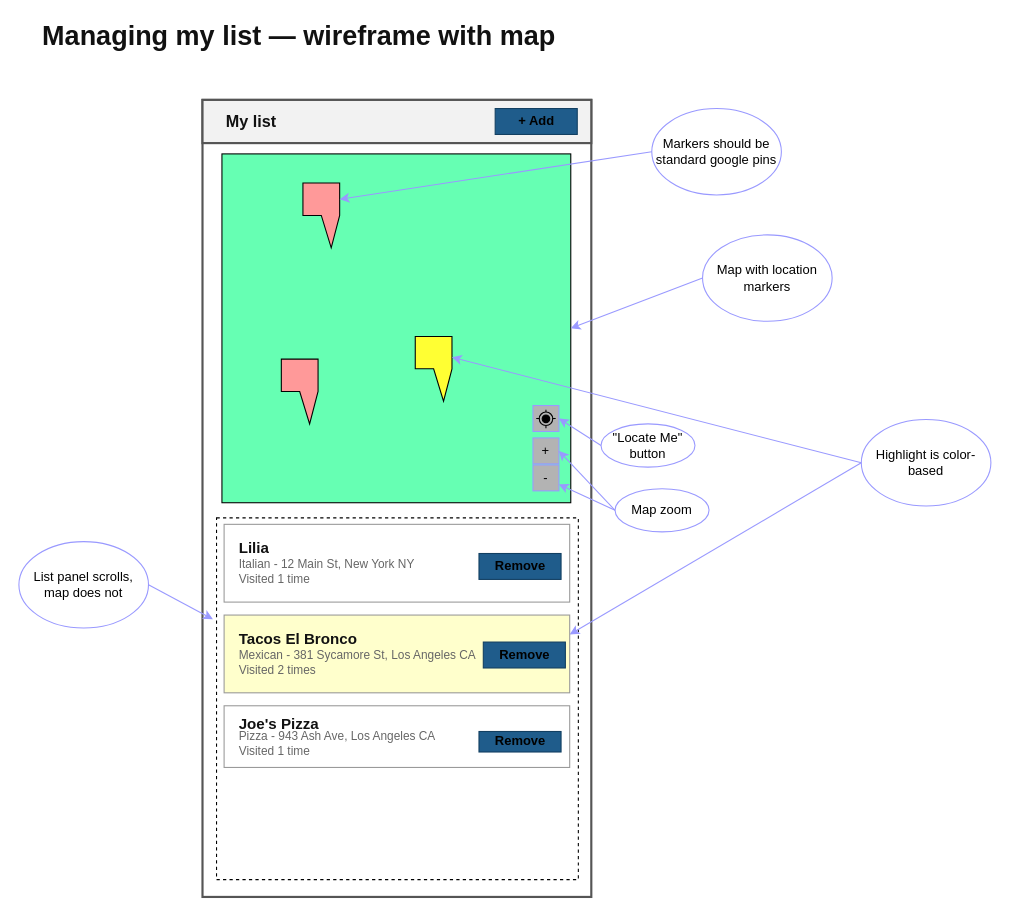
Before: docs/features/0004_seeing-my-list-on-a-map/seeing-my-list-on-a-map.drawio in arches/shortlist, a draw.io diagram. Source tidied: cells renumbered, new cells numbered last; positions are measured from the earlier drawing's top-left corner, leaving out a move shared by most shapes. Both pictures are drawn from the tidied source at 108%, with x=0, y=0 at pixel (18, 24).
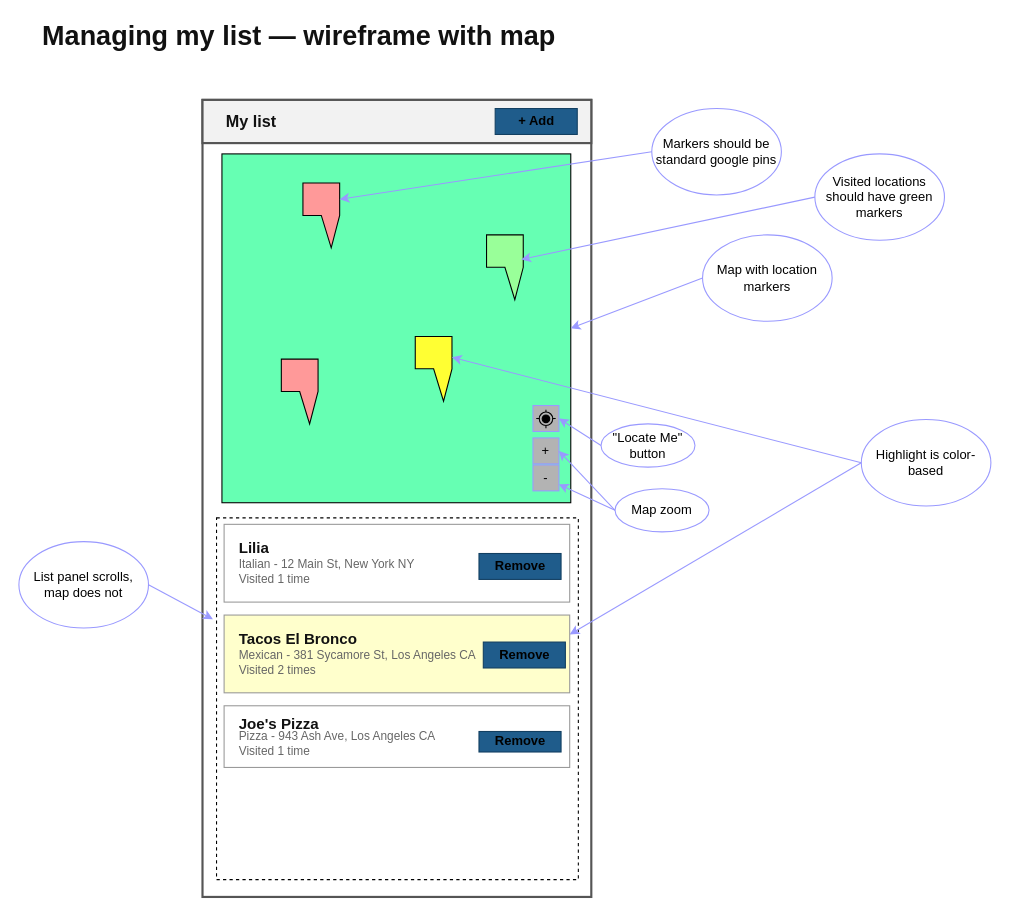
The same page after the edit.

Commit message:
Distinguish visited from not-visited on the map

What changed in the source:
```diff
@@
+    <mxCell id="50" style="shape=callout;whiteSpace=wrap;html=1;perimeter=calloutPerimeter;fillColor=#99FF99;position2=0.77;" parent="1" vertex="1">
+      <mxGeometry x="433" y="195" width="34" height="60" as="geometry" />
+    </mxCell>
+    <mxCell id="51" style="html=1;exitX=0;exitY=0.5;exitDx=0;exitDy=0;entryX=0.946;entryY=0.379;entryDx=0;entryDy=0;entryPerimeter=0;fillColor=#9999FF;strokeColor=#9999FF;" parent="1" edge="1" source="52" target="50">
+      <mxGeometry relative="1" as="geometry" />
+    </mxCell>
+    <mxCell id="52" value="Visited locations should have green markers" style="ellipse;whiteSpace=wrap;html=1;fontColor=#000000;fillColor=none;strokeColor=#9999FF;" parent="1" vertex="1">
+      <mxGeometry x="737" y="120" width="120" height="80" as="geometry" />
+    </mxCell>
```
